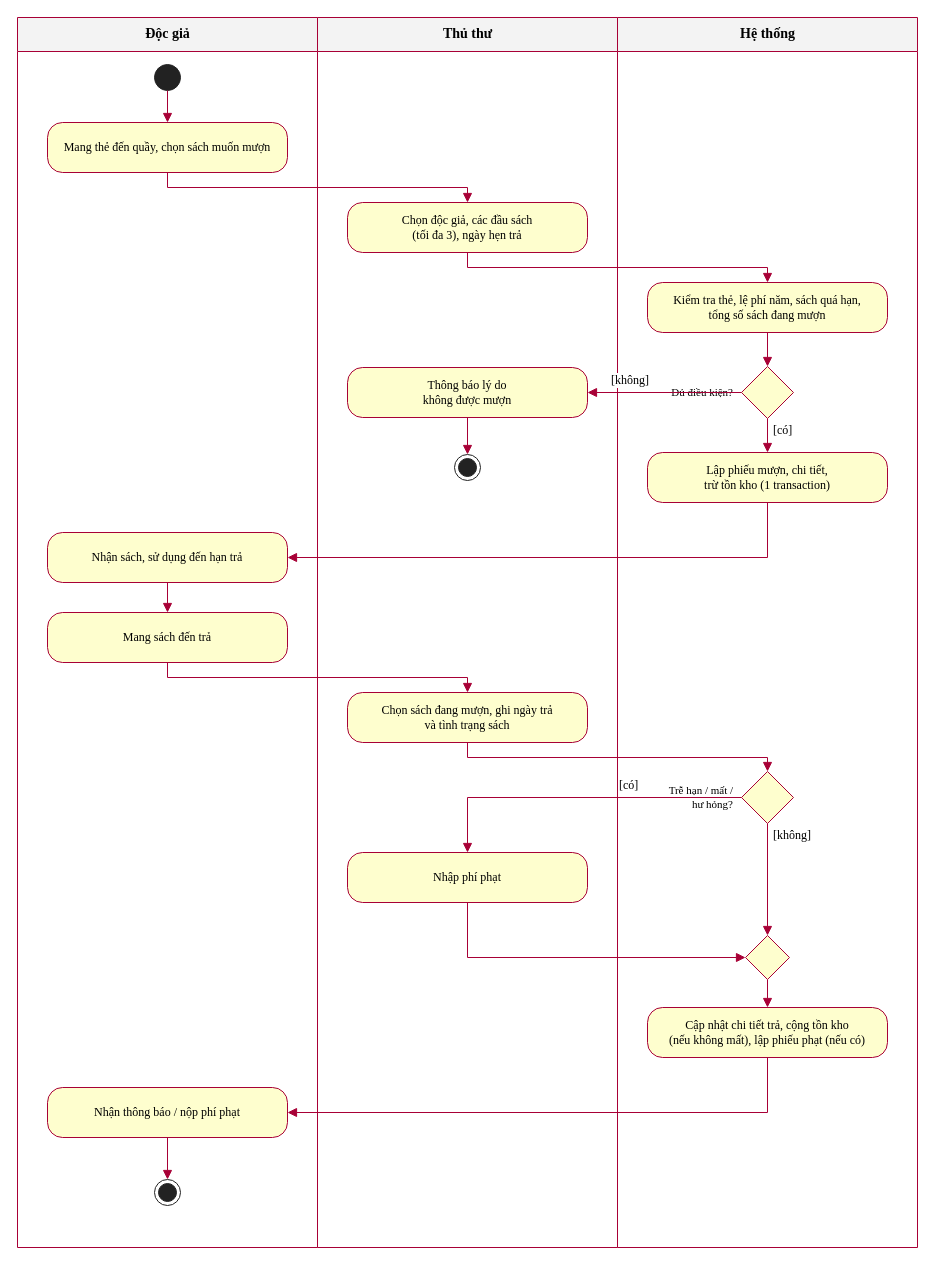
Earlier version of the draw.io diagram IMAGES/LAB2/H5_Activity_MuonTraSach.drawio (nguyenquocan5432-bot/LAB_AT_OOSD). Source tidied: cells renumbered, new cells numbered last; positions are measured from the earlier drawing's top-left corner, leaving out a move shared by most shapes. Both pictures are drawn from the tidied source at 100%, with x=0, y=0 at pixel (17, 17).
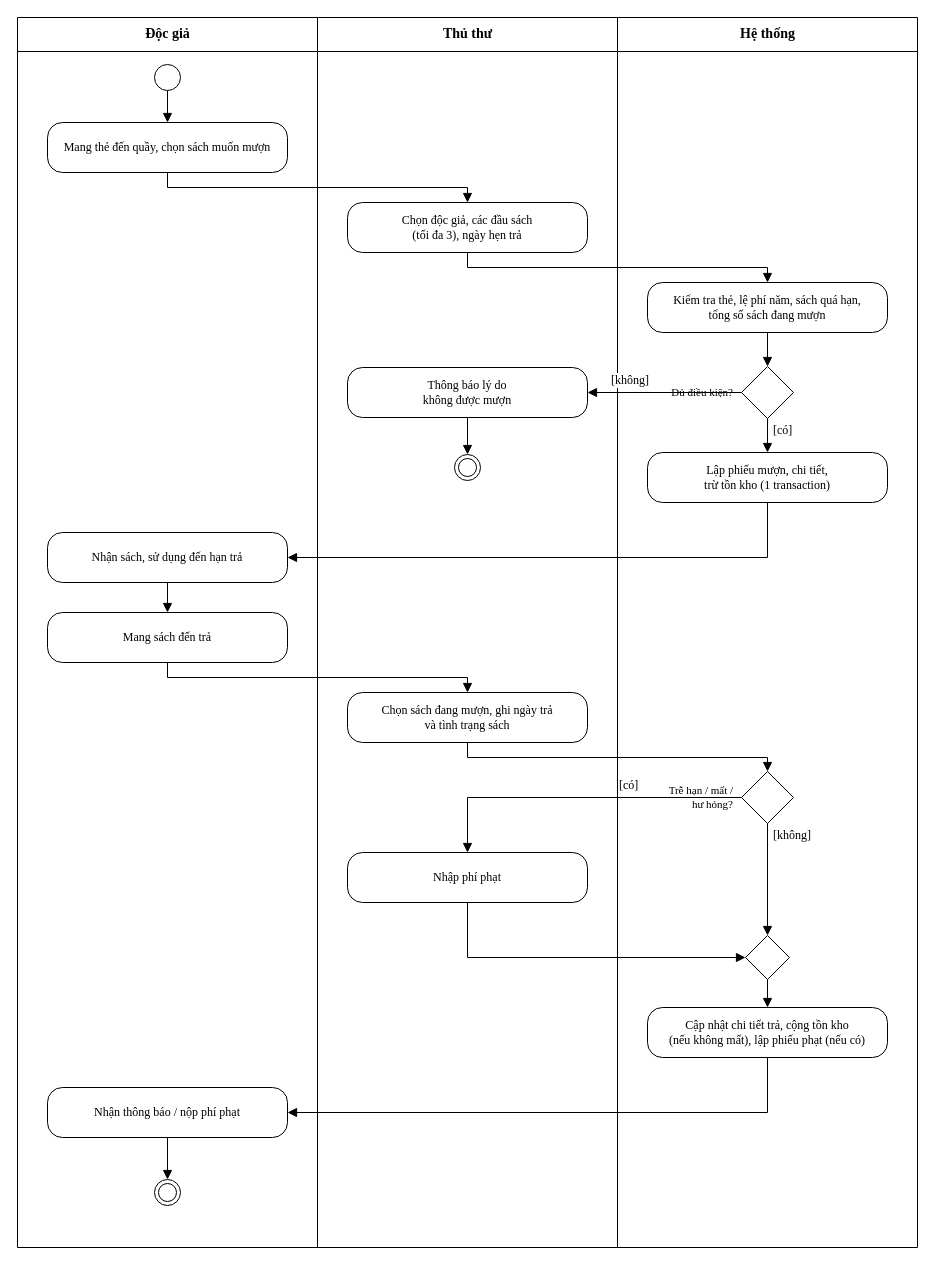
The same diagram, later.

What changed in the source:
```diff
@@
-    <mxCell id="2" value="Độc giả" style="swimlane;startSize=34;html=1;fillColor=#F3F3F3;swimlaneFillColor=#FFFFFF;strokeColor=#A80036;fontFamily=Times New Roman;fontSize=14;fontStyle=1;" parent="1" vertex="1">
+    <mxCell id="2" value="Độc giả" style="swimlane;startSize=34;html=1;swimlaneFillColor=#FFFFFF;fontFamily=Times New Roman;fontSize=14;fontStyle=1;" parent="1" vertex="1">
       <mxGeometry width="300" height="1230" as="geometry" />
     </mxCell>
-    <mxCell id="3" value="Thủ thư" style="swimlane;startSize=34;html=1;fillColor=#F3F3F3;swimlaneFillColor=#FFFFFF;strokeColor=#A80036;fontFamily=Times New Roman;fontSize=14;fontStyle=1;" parent="1" vertex="1">
+    <mxCell id="3" value="Thủ thư" style="swimlane;startSize=34;html=1;swimlaneFillColor=#FFFFFF;fontFamily=Times New Roman;fontSize=14;fontStyle=1;" parent="1" vertex="1">
       <mxGeometry x="300" width="300" height="1230" as="geometry" />
     </mxCell>
-    <mxCell id="4" value="Hệ thống" style="swimlane;startSize=34;html=1;fillColor=#F3F3F3;swimlaneFillColor=#FFFFFF;strokeColor=#A80036;fontFamily=Times New Roman;fontSize=14;fontStyle=1;" parent="1" vertex="1">
+    <mxCell id="4" value="Hệ thống" style="swimlane;startSize=34;html=1;swimlaneFillColor=#FFFFFF;fontFamily=Times New Roman;fontSize=14;fontStyle=1;" parent="1" vertex="1">
       <mxGeometry x="600" width="300" height="1230" as="geometry" />
     </mxCell>
-    <mxCell id="5" style="ellipse;html=1;fillColor=#222222;strokeColor=#222222;" parent="1" vertex="1">
+    <mxCell id="5" style="ellipse;html=1;" parent="1" vertex="1">
       <mxGeometry x="137" y="47" width="26" height="26" as="geometry" />
     </mxCell>
-    <mxCell id="6" value="Mang thẻ đến quầy, chọn sách muốn mượn" style="rounded=1;whiteSpace=wrap;html=1;arcSize=30;fillColor=#FEFECE;strokeColor=#A80036;fontFamily=Times New Roman;fontSize=12;" parent="1" vertex="1">
+    <mxCell id="6" value="Mang thẻ đến quầy, chọn sách muốn mượn" style="rounded=1;whiteSpace=wrap;html=1;arcSize=30;fontFamily=Times New Roman;fontSize=12;" parent="1" vertex="1">
       <mxGeometry x="30" y="105" width="240" height="50" as="geometry" />
     </mxCell>
-    <mxCell id="7" value="Chọn độc giả, các đầu sách&lt;br&gt;(tối đa 3), ngày hẹn trả" style="rounded=1;whiteSpace=wrap;html=1;arcSize=30;fillColor=#FEFECE;strokeColor=#A80036;fontFamily=Times New Roman;fontSize=12;" parent="1" vertex="1">
+    <mxCell id="7" value="Chọn độc giả, các đầu sách&lt;br&gt;(tối đa 3), ngày hẹn trả" style="rounded=1;whiteSpace=wrap;html=1;arcSize=30;fontFamily=Times New Roman;fontSize=12;" parent="1" vertex="1">
       <mxGeometry x="330" y="185" width="240" height="50" as="geometry" />
     </mxCell>
-    <mxCell id="8" value="Kiểm tra thẻ, lệ phí năm, sách quá hạn,&lt;br&gt;tổng số sách đang mượn" style="rounded=1;whiteSpace=wrap;html=1;arcSize=30;fillColor=#FEFECE;strokeColor=#A80036;fontFamily=Times New Roman;fontSize=12;" parent="1" vertex="1">
+    <mxCell id="8" value="Kiểm tra thẻ, lệ phí năm, sách quá hạn,&lt;br&gt;tổng số sách đang mượn" style="rounded=1;whiteSpace=wrap;html=1;arcSize=30;fontFamily=Times New Roman;fontSize=12;" parent="1" vertex="1">
       <mxGeometry x="630" y="265" width="240" height="50" as="geometry" />
     </mxCell>
-    <mxCell id="9" style="rhombus;whiteSpace=wrap;html=1;fillColor=#FEFECE;strokeColor=#A80036;" parent="1" vertex="1">
+    <mxCell id="9" style="rhombus;whiteSpace=wrap;html=1;" parent="1" vertex="1">
       <mxGeometry x="724" y="349" width="52" height="52" as="geometry" />
     </mxCell>
@@
-    <mxCell id="11" value="Thông báo lý do&lt;br&gt;không được mượn" style="rounded=1;whiteSpace=wrap;html=1;arcSize=30;fillColor=#FEFECE;strokeColor=#A80036;fontFamily=Times New Roman;fontSize=12;" parent="1" vertex="1">
+    <mxCell id="11" value="Thông báo lý do&lt;br&gt;không được mượn" style="rounded=1;whiteSpace=wrap;html=1;arcSize=30;fontFamily=Times New Roman;fontSize=12;" parent="1" vertex="1">
       <mxGeometry x="330" y="350" width="240" height="50" as="geometry" />
     </mxCell>
-    <mxCell id="12" style="ellipse;html=1;shape=endState;fillColor=#222222;strokeColor=#222222;" parent="1" vertex="1">
+    <mxCell id="12" style="ellipse;html=1;shape=endState;" parent="1" vertex="1">
       <mxGeometry x="437" y="437" width="26" height="26" as="geometry" />
     </mxCell>
-    <mxCell id="13" value="Lập phiếu mượn, chi tiết,&lt;br&gt;trừ tồn kho (1 transaction)" style="rounded=1;whiteSpace=wrap;html=1;arcSize=30;fillColor=#FEFECE;strokeColor=#A80036;fontFamily=Times New Roman;fontSize=12;" parent="1" vertex="1">
+    <mxCell id="13" value="Lập phiếu mượn, chi tiết,&lt;br&gt;trừ tồn kho (1 transaction)" style="rounded=1;whiteSpace=wrap;html=1;arcSize=30;fontFamily=Times New Roman;fontSize=12;" parent="1" vertex="1">
       <mxGeometry x="630" y="435" width="240" height="50" as="geometry" />
     </mxCell>
-    <mxCell id="14" value="Nhận sách, sử dụng đến hạn trả" style="rounded=1;whiteSpace=wrap;html=1;arcSize=30;fillColor=#FEFECE;strokeColor=#A80036;fontFamily=Times New Roman;fontSize=12;" parent="1" vertex="1">
+    <mxCell id="14" value="Nhận sách, sử dụng đến hạn trả" style="rounded=1;whiteSpace=wrap;html=1;arcSize=30;fontFamily=Times New Roman;fontSize=12;" parent="1" vertex="1">
       <mxGeometry x="30" y="515" width="240" height="50" as="geometry" />
     </mxCell>
-    <mxCell id="15" value="Mang sách đến trả" style="rounded=1;whiteSpace=wrap;html=1;arcSize=30;fillColor=#FEFECE;strokeColor=#A80036;fontFamily=Times New Roman;fontSize=12;" parent="1" vertex="1">
+    <mxCell id="15" value="Mang sách đến trả" style="rounded=1;whiteSpace=wrap;html=1;arcSize=30;fontFamily=Times New Roman;fontSize=12;" parent="1" vertex="1">
       <mxGeometry x="30" y="595" width="240" height="50" as="geometry" />
     </mxCell>
-    <mxCell id="16" value="Chọn sách đang mượn, ghi ngày trả&lt;br&gt;và tình trạng sách" style="rounded=1;whiteSpace=wrap;html=1;arcSize=30;fillColor=#FEFECE;strokeColor=#A80036;fontFamily=Times New Roman;fontSize=12;" parent="1" vertex="1">
+    <mxCell id="16" value="Chọn sách đang mượn, ghi ngày trả&lt;br&gt;và tình trạng sách" style="rounded=1;whiteSpace=wrap;html=1;arcSize=30;fontFamily=Times New Roman;fontSize=12;" parent="1" vertex="1">
       <mxGeometry x="330" y="675" width="240" height="50" as="geometry" />
     </mxCell>
-    <mxCell id="17" style="rhombus;whiteSpace=wrap;html=1;fillColor=#FEFECE;strokeColor=#A80036;" parent="1" vertex="1">
+    <mxCell id="17" style="rhombus;whiteSpace=wrap;html=1;" parent="1" vertex="1">
       <mxGeometry x="724" y="754" width="52" height="52" as="geometry" />
     </mxCell>
@@
-    <mxCell id="19" value="Nhập phí phạt" style="rounded=1;whiteSpace=wrap;html=1;arcSize=30;fillColor=#FEFECE;strokeColor=#A80036;fontFamily=Times New Roman;fontSize=12;" parent="1" vertex="1">
+    <mxCell id="19" value="Nhập phí phạt" style="rounded=1;whiteSpace=wrap;html=1;arcSize=30;fontFamily=Times New Roman;fontSize=12;" parent="1" vertex="1">
       <mxGeometry x="330" y="835" width="240" height="50" as="geometry" />
     </mxCell>
-    <mxCell id="20" style="rhombus;whiteSpace=wrap;html=1;fillColor=#FEFECE;strokeColor=#A80036;" parent="1" vertex="1">
+    <mxCell id="20" style="rhombus;whiteSpace=wrap;html=1;" parent="1" vertex="1">
       <mxGeometry x="728" y="918" width="44" height="44" as="geometry" />
     </mxCell>
-    <mxCell id="21" value="Cập nhật chi tiết trả, cộng tồn kho&lt;br&gt;(nếu không mất), lập phiếu phạt (nếu có)" style="rounded=1;whiteSpace=wrap;html=1;arcSize=30;fillColor=#FEFECE;strokeColor=#A80036;fontFamily=Times New Roman;fontSize=12;" parent="1" vertex="1">
+    <mxCell id="21" value="Cập nhật chi tiết trả, cộng tồn kho&lt;br&gt;(nếu không mất), lập phiếu phạt (nếu có)" style="rounded=1;whiteSpace=wrap;html=1;arcSize=30;fontFamily=Times New Roman;fontSize=12;" parent="1" vertex="1">
       <mxGeometry x="630" y="990" width="240" height="50" as="geometry" />
     </mxCell>
-    <mxCell id="22" value="Nhận thông báo / nộp phí phạt" style="rounded=1;whiteSpace=wrap;html=1;arcSize=30;fillColor=#FEFECE;strokeColor=#A80036;fontFamily=Times New Roman;fontSize=12;" parent="1" vertex="1">
+    <mxCell id="22" value="Nhận thông báo / nộp phí phạt" style="rounded=1;whiteSpace=wrap;html=1;arcSize=30;fontFamily=Times New Roman;fontSize=12;" parent="1" vertex="1">
       <mxGeometry x="30" y="1070" width="240" height="50" as="geometry" />
     </mxCell>
-    <mxCell id="23" style="ellipse;html=1;shape=endState;fillColor=#222222;strokeColor=#222222;" parent="1" vertex="1">
+    <mxCell id="23" style="ellipse;html=1;shape=endState;" parent="1" vertex="1">
       <mxGeometry x="137" y="1162" width="26" height="26" as="geometry" />
     </mxCell>
-    <mxCell id="24" style="edgeStyle=orthogonalEdgeStyle;rounded=0;html=1;endArrow=block;endFill=1;endSize=7;strokeColor=#A80036;fontFamily=Times New Roman;fontSize=12;labelBackgroundColor=#FFFFFF;exitX=0.5;exitY=1;exitDx=0;exitDy=0;entryX=0.5;entryY=0;entryDx=0;entryDy=0;" parent="1" edge="1" source="5" target="6">
+    <mxCell id="24" style="edgeStyle=orthogonalEdgeStyle;rounded=0;html=1;endArrow=block;endFill=1;endSize=7;fontFamily=Times New Roman;fontSize=12;labelBackgroundColor=#FFFFFF;exitX=0.5;exitY=1;exitDx=0;exitDy=0;entryX=0.5;entryY=0;entryDx=0;entryDy=0;" parent="1" edge="1" source="5" target="6">
       <mxGeometry relative="1" as="geometry" />
     </mxCell>
-    <mxCell id="25" style="edgeStyle=orthogonalEdgeStyle;rounded=0;html=1;endArrow=block;endFill=1;endSize=7;strokeColor=#A80036;fontFamily=Times New Roman;fontSize=12;labelBackgroundColor=#FFFFFF;exitX=0.5;exitY=1;exitDx=0;exitDy=0;entryX=0.5;entryY=0;entryDx=0;entryDy=0;" parent="1" edge="1" source="6" target="7">
+    <mxCell id="25" style="edgeStyle=orthogonalEdgeStyle;rounded=0;html=1;endArrow=block;endFill=1;endSize=7;fontFamily=Times New Roman;fontSize=12;labelBackgroundColor=#FFFFFF;exitX=0.5;exitY=1;exitDx=0;exitDy=0;entryX=0.5;entryY=0;entryDx=0;entryDy=0;" parent="1" edge="1" source="6" target="7">
       <mxGeometry relative="1" as="geometry">
         <Array as="points">
           <mxPoint x="150" y="170" />
           <mxPoint x="450" y="170" />
         </Array>
       </mxGeometry>
     </mxCell>
-    <mxCell id="26" style="edgeStyle=orthogonalEdgeStyle;rounded=0;html=1;endArrow=block;endFill=1;endSize=7;strokeColor=#A80036;fontFamily=Times New Roman;fontSize=12;labelBackgroundColor=#FFFFFF;exitX=0.5;exitY=1;exitDx=0;exitDy=0;entryX=0.5;entryY=0;entryDx=0;entryDy=0;" parent="1" edge="1" source="7" target="8">
+    <mxCell id="26" style="edgeStyle=orthogonalEdgeStyle;rounded=0;html=1;endArrow=block;endFill=1;endSize=7;fontFamily=Times New Roman;fontSize=12;labelBackgroundColor=#FFFFFF;exitX=0.5;exitY=1;exitDx=0;exitDy=0;entryX=0.5;entryY=0;entryDx=0;entryDy=0;" parent="1" edge="1" source="7" target="8">
       <mxGeometry relative="1" as="geometry">
         <Array as="points">
           <mxPoint x="450" y="250" />
           <mxPoint x="750" y="250" />
         </Array>
       </mxGeometry>
     </mxCell>
-    <mxCell id="27" style="edgeStyle=orthogonalEdgeStyle;rounded=0;html=1;endArrow=block;endFill=1;endSize=7;strokeColor=#A80036;fontFamily=Times New Roman;fontSize=12;labelBackgroundColor=#FFFFFF;exitX=0.5;exitY=1;exitDx=0;exitDy=0;entryX=0.5;entryY=0;entryDx=0;entryDy=0;" parent="1" edge="1" source="8" target="9">
+    <mxCell id="27" style="edgeStyle=orthogonalEdgeStyle;rounded=0;html=1;endArrow=block;endFill=1;endSize=7;fontFamily=Times New Roman;fontSize=12;labelBackgroundColor=#FFFFFF;exitX=0.5;exitY=1;exitDx=0;exitDy=0;entryX=0.5;entryY=0;entryDx=0;entryDy=0;" parent="1" edge="1" source="8" target="9">
       <mxGeometry relative="1" as="geometry" />
     </mxCell>
-    <mxCell id="28" style="edgeStyle=orthogonalEdgeStyle;rounded=0;html=1;endArrow=block;endFill=1;endSize=7;strokeColor=#A80036;fontFamily=Times New Roman;fontSize=12;labelBackgroundColor=#FFFFFF;exitX=0;exitY=0.5;exitDx=0;exitDy=0;entryX=1;entryY=0.5;entryDx=0;entryDy=0;" parent="1" edge="1" source="9" target="11">
+    <mxCell id="28" style="edgeStyle=orthogonalEdgeStyle;rounded=0;html=1;endArrow=block;endFill=1;endSize=7;fontFamily=Times New Roman;fontSize=12;labelBackgroundColor=#FFFFFF;exitX=0;exitY=0.5;exitDx=0;exitDy=0;entryX=1;entryY=0.5;entryDx=0;entryDy=0;" parent="1" edge="1" source="9" target="11">
       <mxGeometry relative="1" as="geometry" />
     </mxCell>
@@
-    <mxCell id="30" style="edgeStyle=orthogonalEdgeStyle;rounded=0;html=1;endArrow=block;endFill=1;endSize=7;strokeColor=#A80036;fontFamily=Times New Roman;fontSize=12;labelBackgroundColor=#FFFFFF;exitX=0.5;exitY=1;exitDx=0;exitDy=0;entryX=0.5;entryY=0;entryDx=0;entryDy=0;" parent="1" edge="1" source="11" target="12">
+    <mxCell id="30" style="edgeStyle=orthogonalEdgeStyle;rounded=0;html=1;endArrow=block;endFill=1;endSize=7;fontFamily=Times New Roman;fontSize=12;labelBackgroundColor=#FFFFFF;exitX=0.5;exitY=1;exitDx=0;exitDy=0;entryX=0.5;entryY=0;entryDx=0;entryDy=0;" parent="1" edge="1" source="11" target="12">
       <mxGeometry relative="1" as="geometry" />
     </mxCell>
-    <mxCell id="31" style="edgeStyle=orthogonalEdgeStyle;rounded=0;html=1;endArrow=block;endFill=1;endSize=7;strokeColor=#A80036;fontFamily=Times New Roman;fontSize=12;labelBackgroundColor=#FFFFFF;exitX=0.5;exitY=1;exitDx=0;exitDy=0;entryX=0.5;entryY=0;entryDx=0;entryDy=0;" parent="1" edge="1" source="9" target="13">
+    <mxCell id="31" style="edgeStyle=orthogonalEdgeStyle;rounded=0;html=1;endArrow=block;endFill=1;endSize=7;fontFamily=Times New Roman;fontSize=12;labelBackgroundColor=#FFFFFF;exitX=0.5;exitY=1;exitDx=0;exitDy=0;entryX=0.5;entryY=0;entryDx=0;entryDy=0;" parent="1" edge="1" source="9" target="13">
       <mxGeometry relative="1" as="geometry" />
     </mxCell>
@@
-    <mxCell id="33" style="edgeStyle=orthogonalEdgeStyle;rounded=0;html=1;endArrow=block;endFill=1;endSize=7;strokeColor=#A80036;fontFamily=Times New Roman;fontSize=12;labelBackgroundColor=#FFFFFF;exitX=0.5;exitY=1;exitDx=0;exitDy=0;entryX=1;entryY=0.5;entryDx=0;entryDy=0;" parent="1" edge="1" source="13" target="14">
+    <mxCell id="33" style="edgeStyle=orthogonalEdgeStyle;rounded=0;html=1;endArrow=block;endFill=1;endSize=7;fontFamily=Times New Roman;fontSize=12;labelBackgroundColor=#FFFFFF;exitX=0.5;exitY=1;exitDx=0;exitDy=0;entryX=1;entryY=0.5;entryDx=0;entryDy=0;" parent="1" edge="1" source="13" target="14">
       <mxGeometry relative="1" as="geometry">
         <Array as="points">
           <mxPoint x="750" y="540" />
         </Array>
       </mxGeometry>
     </mxCell>
-    <mxCell id="34" style="edgeStyle=orthogonalEdgeStyle;rounded=0;html=1;endArrow=block;endFill=1;endSize=7;strokeColor=#A80036;fontFamily=Times New Roman;fontSize=12;labelBackgroundColor=#FFFFFF;exitX=0.5;exitY=1;exitDx=0;exitDy=0;entryX=0.5;entryY=0;entryDx=0;entryDy=0;" parent="1" edge="1" source="14" target="15">
+    <mxCell id="34" style="edgeStyle=orthogonalEdgeStyle;rounded=0;html=1;endArrow=block;endFill=1;endSize=7;fontFamily=Times New Roman;fontSize=12;labelBackgroundColor=#FFFFFF;exitX=0.5;exitY=1;exitDx=0;exitDy=0;entryX=0.5;entryY=0;entryDx=0;entryDy=0;" parent="1" edge="1" source="14" target="15">
       <mxGeometry relative="1" as="geometry" />
     </mxCell>
-    <mxCell id="35" style="edgeStyle=orthogonalEdgeStyle;rounded=0;html=1;endArrow=block;endFill=1;endSize=7;strokeColor=#A80036;fontFamily=Times New Roman;fontSize=12;labelBackgroundColor=#FFFFFF;exitX=0.5;exitY=1;exitDx=0;exitDy=0;entryX=0.5;entryY=0;entryDx=0;entryDy=0;" parent="1" edge="1" source="15" target="16">
+    <mxCell id="35" style="edgeStyle=orthogonalEdgeStyle;rounded=0;html=1;endArrow=block;endFill=1;endSize=7;fontFamily=Times New Roman;fontSize=12;labelBackgroundColor=#FFFFFF;exitX=0.5;exitY=1;exitDx=0;exitDy=0;entryX=0.5;entryY=0;entryDx=0;entryDy=0;" parent="1" edge="1" source="15" target="16">
       <mxGeometry relative="1" as="geometry">
         <Array as="points">
           <mxPoint x="150" y="660" />
           <mxPoint x="450" y="660" />
         </Array>
       </mxGeometry>
     </mxCell>
-    <mxCell id="36" style="edgeStyle=orthogonalEdgeStyle;rounded=0;html=1;endArrow=block;endFill=1;endSize=7;strokeColor=#A80036;fontFamily=Times New Roman;fontSize=12;labelBackgroundColor=#FFFFFF;exitX=0.5;exitY=1;exitDx=0;exitDy=0;entryX=0.5;entryY=0;entryDx=0;entryDy=0;" parent="1" edge="1" source="16" target="17">
+    <mxCell id="36" style="edgeStyle=orthogonalEdgeStyle;rounded=0;html=1;endArrow=block;endFill=1;endSize=7;fontFamily=Times New Roman;fontSize=12;labelBackgroundColor=#FFFFFF;exitX=0.5;exitY=1;exitDx=0;exitDy=0;entryX=0.5;entryY=0;entryDx=0;entryDy=0;" parent="1" edge="1" source="16" target="17">
       <mxGeometry relative="1" as="geometry">
         <Array as="points">
           <mxPoint x="450" y="740" />
           <mxPoint x="750" y="740" />
         </Array>
       </mxGeometry>
     </mxCell>
-    <mxCell id="37" style="edgeStyle=orthogonalEdgeStyle;rounded=0;html=1;endArrow=block;endFill=1;endSize=7;strokeColor=#A80036;fontFamily=Times New Roman;fontSize=12;labelBackgroundColor=#FFFFFF;exitX=0;exitY=0.5;exitDx=0;exitDy=0;entryX=0.5;entryY=0;entryDx=0;entryDy=0;" parent="1" edge="1" source="17" target="19">
+    <mxCell id="37" style="edgeStyle=orthogonalEdgeStyle;rounded=0;html=1;endArrow=block;endFill=1;endSize=7;fontFamily=Times New Roman;fontSize=12;labelBackgroundColor=#FFFFFF;exitX=0;exitY=0.5;exitDx=0;exitDy=0;entryX=0.5;entryY=0;entryDx=0;entryDy=0;" parent="1" edge="1" source="17" target="19">
       <mxGeometry relative="1" as="geometry">
         <Array as="points">
           <mxPoint x="450" y="780" />
         </Array>
       </mxGeometry>
     </mxCell>
@@
-    <mxCell id="39" style="edgeStyle=orthogonalEdgeStyle;rounded=0;html=1;endArrow=block;endFill=1;endSize=7;strokeColor=#A80036;fontFamily=Times New Roman;fontSize=12;labelBackgroundColor=#FFFFFF;exitX=0.5;exitY=1;exitDx=0;exitDy=0;entryX=0;entryY=0.5;entryDx=0;entryDy=0;" parent="1" edge="1" source="19" target="20">
+    <mxCell id="39" style="edgeStyle=orthogonalEdgeStyle;rounded=0;html=1;endArrow=block;endFill=1;endSize=7;fontFamily=Times New Roman;fontSize=12;labelBackgroundColor=#FFFFFF;exitX=0.5;exitY=1;exitDx=0;exitDy=0;entryX=0;entryY=0.5;entryDx=0;entryDy=0;" parent="1" edge="1" source="19" target="20">
       <mxGeometry relative="1" as="geometry">
         <Array as="points">
           <mxPoint x="450" y="940" />
         </Array>
       </mxGeometry>
     </mxCell>
-    <mxCell id="40" style="edgeStyle=orthogonalEdgeStyle;rounded=0;html=1;endArrow=block;endFill=1;endSize=7;strokeColor=#A80036;fontFamily=Times New Roman;fontSize=12;labelBackgroundColor=#FFFFFF;exitX=0.5;exitY=1;exitDx=0;exitDy=0;entryX=0.5;entryY=0;entryDx=0;entryDy=0;" parent="1" edge="1" source="17" target="20">
+    <mxCell id="40" style="edgeStyle=orthogonalEdgeStyle;rounded=0;html=1;endArrow=block;endFill=1;endSize=7;fontFamily=Times New Roman;fontSize=12;labelBackgroundColor=#FFFFFF;exitX=0.5;exitY=1;exitDx=0;exitDy=0;entryX=0.5;entryY=0;entryDx=0;entryDy=0;" parent="1" edge="1" source="17" target="20">
       <mxGeometry relative="1" as="geometry" />
     </mxCell>
@@
-    <mxCell id="42" style="edgeStyle=orthogonalEdgeStyle;rounded=0;html=1;endArrow=block;endFill=1;endSize=7;strokeColor=#A80036;fontFamily=Times New Roman;fontSize=12;labelBackgroundColor=#FFFFFF;exitX=0.5;exitY=1;exitDx=0;exitDy=0;entryX=0.5;entryY=0;entryDx=0;entryDy=0;" parent="1" edge="1" source="20" target="21">
+    <mxCell id="42" style="edgeStyle=orthogonalEdgeStyle;rounded=0;html=1;endArrow=block;endFill=1;endSize=7;fontFamily=Times New Roman;fontSize=12;labelBackgroundColor=#FFFFFF;exitX=0.5;exitY=1;exitDx=0;exitDy=0;entryX=0.5;entryY=0;entryDx=0;entryDy=0;" parent="1" edge="1" source="20" target="21">
       <mxGeometry relative="1" as="geometry" />
     </mxCell>
-    <mxCell id="43" style="edgeStyle=orthogonalEdgeStyle;rounded=0;html=1;endArrow=block;endFill=1;endSize=7;strokeColor=#A80036;fontFamily=Times New Roman;fontSize=12;labelBackgroundColor=#FFFFFF;exitX=0.5;exitY=1;exitDx=0;exitDy=0;entryX=1;entryY=0.5;entryDx=0;entryDy=0;" parent="1" edge="1" source="21" target="22">
+    <mxCell id="43" style="edgeStyle=orthogonalEdgeStyle;rounded=0;html=1;endArrow=block;endFill=1;endSize=7;fontFamily=Times New Roman;fontSize=12;labelBackgroundColor=#FFFFFF;exitX=0.5;exitY=1;exitDx=0;exitDy=0;entryX=1;entryY=0.5;entryDx=0;entryDy=0;" parent="1" edge="1" source="21" target="22">
       <mxGeometry relative="1" as="geometry">
         <Array as="points">
           <mxPoint x="750" y="1095" />
         </Array>
       </mxGeometry>
     </mxCell>
-    <mxCell id="44" style="edgeStyle=orthogonalEdgeStyle;rounded=0;html=1;endArrow=block;endFill=1;endSize=7;strokeColor=#A80036;fontFamily=Times New Roman;fontSize=12;labelBackgroundColor=#FFFFFF;exitX=0.5;exitY=1;exitDx=0;exitDy=0;entryX=0.5;entryY=0;entryDx=0;entryDy=0;" parent="1" edge="1" source="22" target="23">
+    <mxCell id="44" style="edgeStyle=orthogonalEdgeStyle;rounded=0;html=1;endArrow=block;endFill=1;endSize=7;fontFamily=Times New Roman;fontSize=12;labelBackgroundColor=#FFFFFF;exitX=0.5;exitY=1;exitDx=0;exitDy=0;entryX=0.5;entryY=0;entryDx=0;entryDy=0;" parent="1" edge="1" source="22" target="23">
       <mxGeometry relative="1" as="geometry" />
     </mxCell>
```
